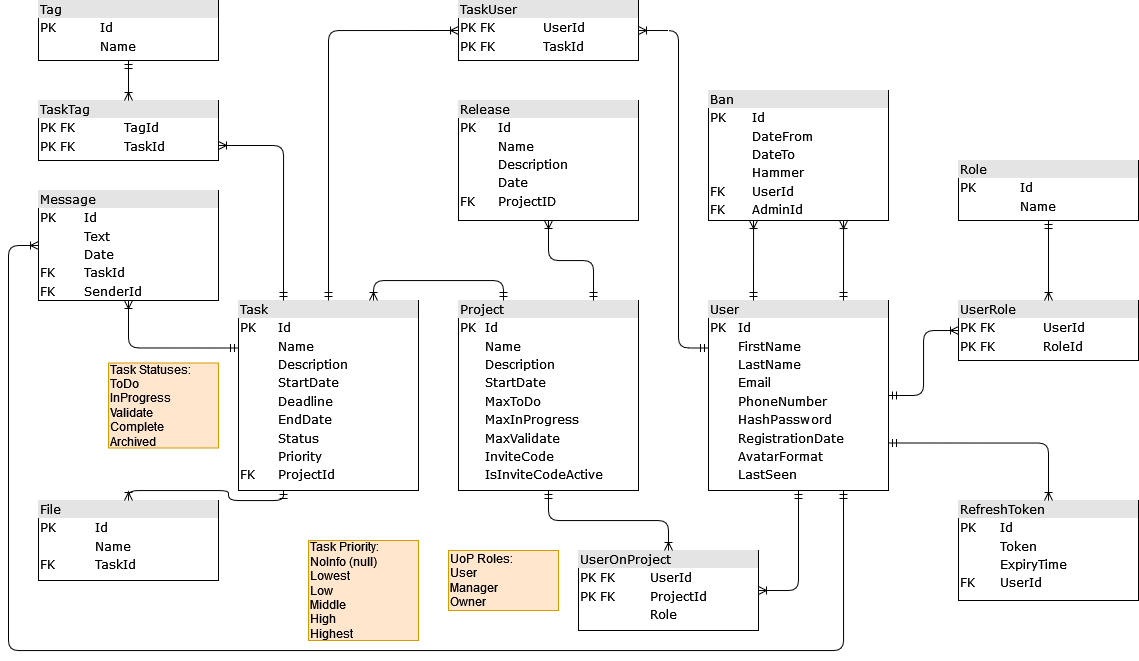
Above: Data/Diagrams/diagram.png in NktCHRN/EasyWork (draw.io), before the change. Source tidied: cells renumbered, new cells last; positions are measured from the earlier drawing's top-left corner, leaving out a move shared by most shapes.
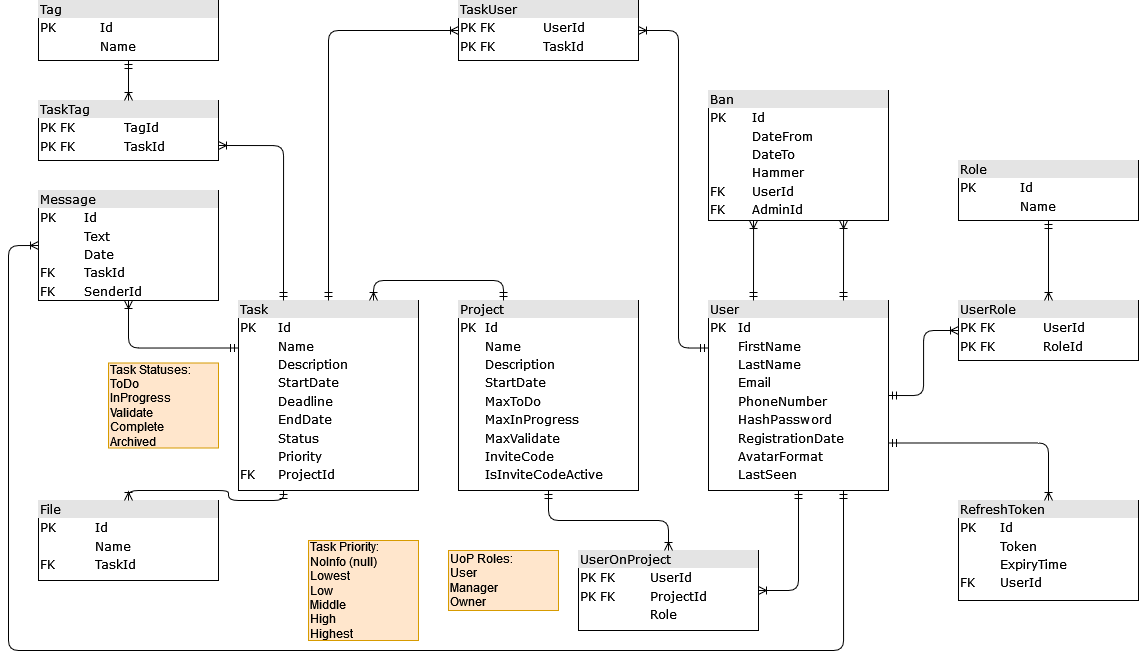
Later version of the same file.

Commit message:
Simplified the update of task's end date and removed the "Releases" entity from the DB diagram

What changed in the source:
```diff
@@ -77,17 +77,6 @@
         </Array>
       </mxGeometry>
     </mxCell>
-    <mxCell id="20" value="&lt;div style=&quot;box-sizing: border-box ; width: 100% ; background: #e4e4e4 ; padding: 2px&quot;&gt;Release&lt;/div&gt;&lt;table style=&quot;width: 100% ; font-size: 1em&quot; cellspacing=&quot;0&quot; cellpadding=&quot;2&quot;&gt;&lt;tbody&gt;&lt;tr&gt;&lt;td&gt;PK&lt;/td&gt;&lt;td&gt;Id&lt;/td&gt;&lt;/tr&gt;&lt;tr&gt;&lt;td&gt;&lt;br&gt;&lt;/td&gt;&lt;td&gt;Name&lt;/td&gt;&lt;/tr&gt;&lt;tr&gt;&lt;td&gt;&lt;br&gt;&lt;/td&gt;&lt;td&gt;Description&lt;br&gt;&lt;/td&gt;&lt;/tr&gt;&lt;tr&gt;&lt;td&gt;&lt;br&gt;&lt;/td&gt;&lt;td&gt;Date&lt;br&gt;&lt;/td&gt;&lt;/tr&gt;&lt;tr&gt;&lt;td&gt;FK&lt;br&gt;&lt;/td&gt;&lt;td&gt;ProjectID&lt;br&gt;&lt;/td&gt;&lt;/tr&gt;&lt;/tbody&gt;&lt;/table&gt;" style="verticalAlign=top;align=left;overflow=fill;html=1;rounded=0;shadow=0;comic=0;labelBackgroundColor=none;strokeWidth=1;fontFamily=Verdana;fontSize=12;" parent="1" vertex="1">
-      <mxGeometry x="450" y="100" width="180" height="120" as="geometry" />
-    </mxCell>
-    <mxCell id="21" style="edgeStyle=orthogonalEdgeStyle;html=1;labelBackgroundColor=none;startArrow=ERmandOne;endArrow=ERoneToMany;fontFamily=Verdana;fontSize=12;align=left;entryX=0.5;entryY=1;entryDx=0;entryDy=0;exitX=0.75;exitY=0;exitDx=0;exitDy=0;" parent="1" edge="1" source="7" target="20">
-      <mxGeometry relative="1" as="geometry">
-        <Array as="points">
-          <mxPoint x="585" y="260" />
-          <mxPoint x="540" y="260" />
-        </Array>
-      </mxGeometry>
-    </mxCell>
     <mxCell id="22" value="&lt;div style=&quot;box-sizing: border-box ; width: 100% ; background: #e4e4e4 ; padding: 2px&quot;&gt;Ban&lt;/div&gt;&lt;table style=&quot;width: 100% ; font-size: 1em&quot; cellspacing=&quot;0&quot; cellpadding=&quot;2&quot;&gt;&lt;tbody&gt;&lt;tr&gt;&lt;td&gt;PK&lt;/td&gt;&lt;td&gt;Id&lt;/td&gt;&lt;/tr&gt;&lt;tr&gt;&lt;td&gt;&lt;br&gt;&lt;/td&gt;&lt;td&gt;DateFrom&lt;br&gt;&lt;/td&gt;&lt;/tr&gt;&lt;tr&gt;&lt;td&gt;&lt;br&gt;&lt;/td&gt;&lt;td&gt;DateTo&lt;/td&gt;&lt;/tr&gt;&lt;tr&gt;&lt;td&gt;&lt;br&gt;&lt;/td&gt;&lt;td&gt;Hammer&lt;br&gt;&lt;/td&gt;&lt;/tr&gt;&lt;tr&gt;&lt;td&gt;FK&lt;br&gt;&lt;/td&gt;&lt;td&gt;UserId&lt;br&gt;&lt;/td&gt;&lt;/tr&gt;&lt;tr&gt;&lt;td&gt;FK&lt;/td&gt;&lt;td&gt;AdminId&lt;br&gt;&lt;/td&gt;&lt;/tr&gt;&lt;/tbody&gt;&lt;/table&gt;" style="verticalAlign=top;align=left;overflow=fill;html=1;rounded=0;shadow=0;comic=0;labelBackgroundColor=none;strokeWidth=1;fontFamily=Verdana;fontSize=12;" parent="1" vertex="1">
       <mxGeometry x="700" y="90" width="180" height="130" as="geometry" />
     </mxCell>
```
